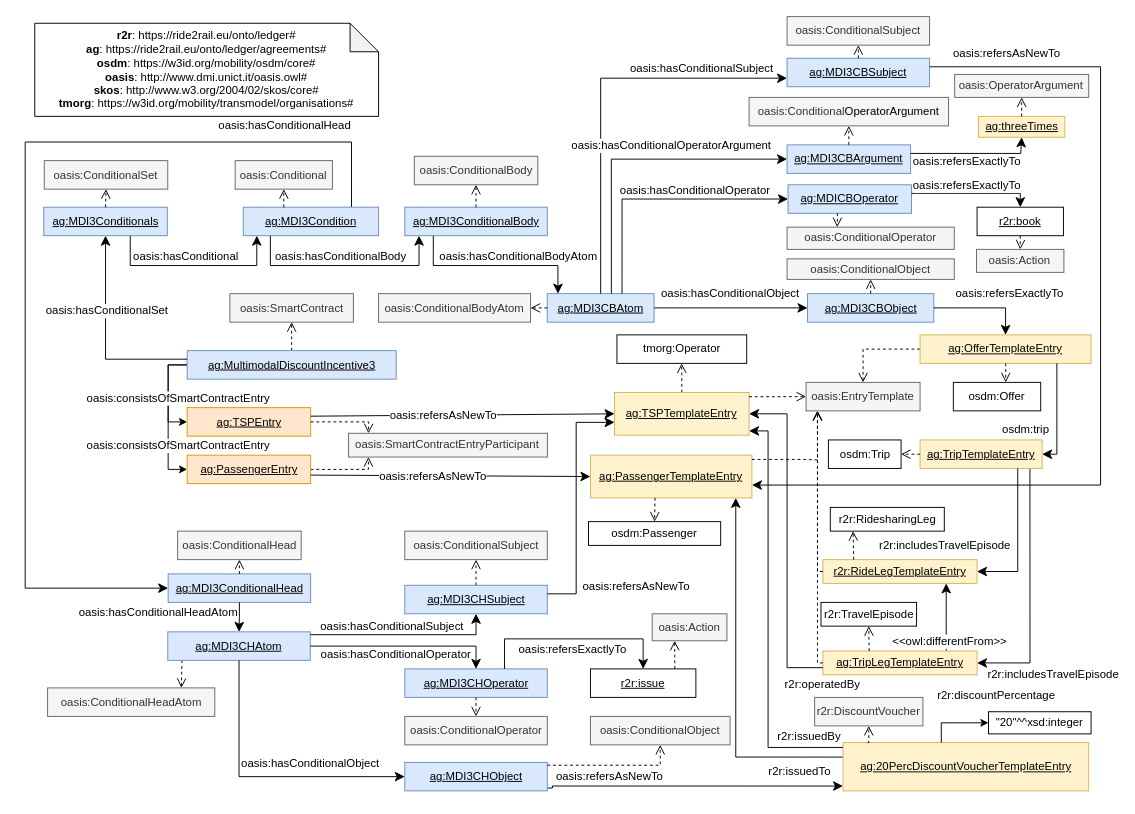
Before: agreements/mdi3-incentive.drawio.xml in Ride2Rail/agreement-ledger-ontology, a draw.io diagram. Source tidied: cells renumbered, new cells numbered last; positions are measured from the earlier drawing's top-left corner, leaving out a move shared by most shapes. Both pictures are drawn from the tidied source at 95%, with x=0, y=0 at pixel (25, 16).
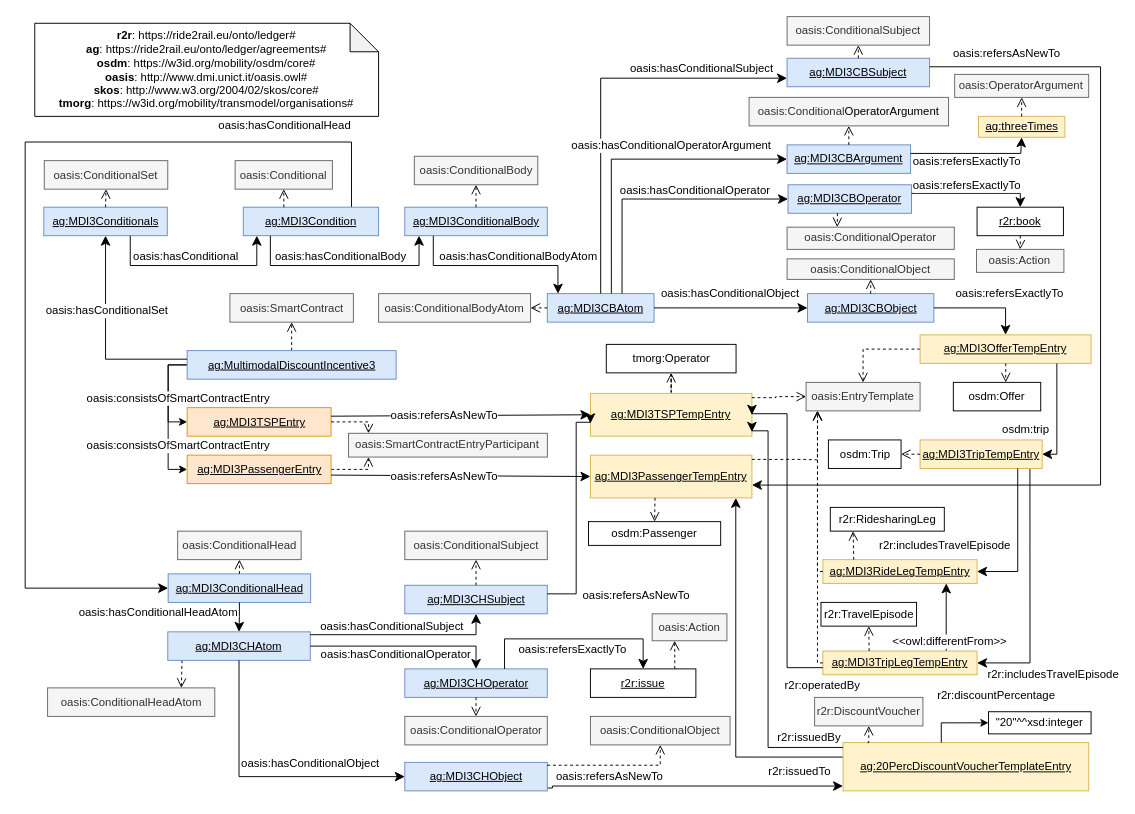
The same diagram, later.

Change to the diagram source:
```diff
@@
-    <mxCell id="12" value="&lt;u&gt;ag:TSPEntry&lt;/u&gt;" style="rounded=0;whiteSpace=wrap;html=1;snapToPoint=1;points=[[0.1,0],[0.2,0],[0.3,0],[0.4,0],[0.5,0],[0.6,0],[0.7,0],[0.8,0],[0.9,0],[0,0.1],[0,0.3],[0,0.5],[0,0.7],[0,0.9],[0.1,1],[0.2,1],[0.3,1],[0.4,1],[0.5,1],[0.6,1],[0.7,1],[0.8,1],[0.9,1],[1,0.1],[1,0.3],[1,0.5],[1,0.7],[1,0.9]];fillColor=#ffe6cc;strokeColor=#d79b00;" parent="1" vertex="1">
-      <mxGeometry x="170.5" y="411.6" width="130" height="30" as="geometry" />
+    <mxCell id="12" value="&lt;u&gt;ag:MDI3TSPEntry&lt;/u&gt;" style="rounded=0;whiteSpace=wrap;html=1;snapToPoint=1;points=[[0.1,0],[0.2,0],[0.3,0],[0.4,0],[0.5,0],[0.6,0],[0.7,0],[0.8,0],[0.9,0],[0,0.1],[0,0.3],[0,0.5],[0,0.7],[0,0.9],[0.1,1],[0.2,1],[0.3,1],[0.4,1],[0.5,1],[0.6,1],[0.7,1],[0.8,1],[0.9,1],[1,0.1],[1,0.3],[1,0.5],[1,0.7],[1,0.9]];fillColor=#ffe6cc;strokeColor=#d79b00;" parent="1" vertex="1">
+      <mxGeometry x="170.5" y="411.6" width="151.5" height="30" as="geometry" />
     </mxCell>
@@
-    <mxCell id="15" value="&lt;u&gt;ag:PassengerEntry&lt;/u&gt;" style="rounded=0;whiteSpace=wrap;html=1;snapToPoint=1;points=[[0.1,0],[0.2,0],[0.3,0],[0.4,0],[0.5,0],[0.6,0],[0.7,0],[0.8,0],[0.9,0],[0,0.1],[0,0.3],[0,0.5],[0,0.7],[0,0.9],[0.1,1],[0.2,1],[0.3,1],[0.4,1],[0.5,1],[0.6,1],[0.7,1],[0.8,1],[0.9,1],[1,0.1],[1,0.3],[1,0.5],[1,0.7],[1,0.9]];fillColor=#ffe6cc;strokeColor=#d79b00;" parent="1" vertex="1">
-      <mxGeometry x="170.5" y="461.6" width="130" height="30" as="geometry" />
+    <mxCell id="15" value="&lt;u&gt;ag:MDI3PassengerEntry&lt;/u&gt;" style="rounded=0;whiteSpace=wrap;html=1;snapToPoint=1;points=[[0.1,0],[0.2,0],[0.3,0],[0.4,0],[0.5,0],[0.6,0],[0.7,0],[0.8,0],[0.9,0],[0,0.1],[0,0.3],[0,0.5],[0,0.7],[0,0.9],[0.1,1],[0.2,1],[0.3,1],[0.4,1],[0.5,1],[0.6,1],[0.7,1],[0.8,1],[0.9,1],[1,0.1],[1,0.3],[1,0.5],[1,0.7],[1,0.9]];fillColor=#ffe6cc;strokeColor=#d79b00;" parent="1" vertex="1">
+      <mxGeometry x="170.5" y="461.6" width="151.5" height="30" as="geometry" />
     </mxCell>
@@
-    <mxCell id="17" value="&lt;u&gt;ag:TSPTemplateEntry&lt;/u&gt;" style="rounded=0;whiteSpace=wrap;html=1;snapToPoint=1;points=[[0.1,0],[0.2,0],[0.3,0],[0.4,0],[0.5,0],[0.6,0],[0.7,0],[0.8,0],[0.9,0],[0,0.1],[0,0.3],[0,0.5],[0,0.7],[0,0.9],[0.1,1],[0.2,1],[0.3,1],[0.4,1],[0.5,1],[0.6,1],[0.7,1],[0.8,1],[0.9,1],[1,0.1],[1,0.3],[1,0.5],[1,0.7],[1,0.9]];fillColor=#fff2cc;strokeColor=#d6b656;" parent="1" vertex="1">
-      <mxGeometry x="620.4" y="395.6" width="141.6" height="45" as="geometry" />
+    <mxCell id="17" value="&lt;u&gt;ag:MDI3TSPTempEntry&lt;/u&gt;" style="rounded=0;whiteSpace=wrap;html=1;snapToPoint=1;points=[[0.1,0],[0.2,0],[0.3,0],[0.4,0],[0.5,0],[0.6,0],[0.7,0],[0.8,0],[0.9,0],[0,0.1],[0,0.3],[0,0.5],[0,0.7],[0,0.9],[0.1,1],[0.2,1],[0.3,1],[0.4,1],[0.5,1],[0.6,1],[0.7,1],[0.8,1],[0.9,1],[1,0.1],[1,0.3],[1,0.5],[1,0.7],[1,0.9]];fillColor=#fff2cc;strokeColor=#d6b656;" parent="1" vertex="1">
+      <mxGeometry x="595" y="396.6" width="170" height="45" as="geometry" />
     </mxCell>
@@
-    <mxCell id="20" value="&lt;u&gt;ag:PassengerTemplateEntry&lt;/u&gt;" style="rounded=0;whiteSpace=wrap;html=1;snapToPoint=1;points=[[0.1,0],[0.2,0],[0.3,0],[0.4,0],[0.5,0],[0.6,0],[0.7,0],[0.8,0],[0.9,0],[0,0.1],[0,0.3],[0,0.5],[0,0.7],[0,0.9],[0.1,1],[0.2,1],[0.3,1],[0.4,1],[0.5,1],[0.6,1],[0.7,1],[0.8,1],[0.9,1],[1,0.1],[1,0.3],[1,0.5],[1,0.7],[1,0.9]];fillColor=#fff2cc;strokeColor=#d6b656;" parent="1" vertex="1">
+    <mxCell id="20" value="&lt;u&gt;ag:MDI3PassengerTempEntry&lt;/u&gt;" style="rounded=0;whiteSpace=wrap;html=1;snapToPoint=1;points=[[0.1,0],[0.2,0],[0.3,0],[0.4,0],[0.5,0],[0.6,0],[0.7,0],[0.8,0],[0.9,0],[0,0.1],[0,0.3],[0,0.5],[0,0.7],[0,0.9],[0.1,1],[0.2,1],[0.3,1],[0.4,1],[0.5,1],[0.6,1],[0.7,1],[0.8,1],[0.9,1],[1,0.1],[1,0.3],[1,0.5],[1,0.7],[1,0.9]];fillColor=#fff2cc;strokeColor=#d6b656;" parent="1" vertex="1">
       <mxGeometry x="595" y="461.6" width="170" height="45" as="geometry" />
     </mxCell>
@@
     <mxCell id="23" value="tmorg:Operator" style="rounded=0;whiteSpace=wrap;html=1;snapToPoint=1;points=[[0.1,0],[0.2,0],[0.3,0],[0.4,0],[0.5,0],[0.6,0],[0.7,0],[0.8,0],[0.9,0],[0,0.1],[0,0.3],[0,0.5],[0,0.7],[0,0.9],[0.1,1],[0.2,1],[0.3,1],[0.4,1],[0.5,1],[0.6,1],[0.7,1],[0.8,1],[0.9,1],[1,0.1],[1,0.3],[1,0.5],[1,0.7],[1,0.9]];" parent="1" vertex="1">
-      <mxGeometry x="622.9" y="335" width="136.6" height="30" as="geometry" />
+      <mxGeometry x="611.7" y="345" width="136.6" height="30" as="geometry" />
     </mxCell>
@@
-    <mxCell id="47" value="&lt;u&gt;ag:&lt;/u&gt;&lt;u&gt;MDICBOperator&lt;/u&gt;" style="rounded=0;whiteSpace=wrap;html=1;snapToPoint=1;points=[[0.1,0],[0.2,0],[0.3,0],[0.4,0],[0.5,0],[0.6,0],[0.7,0],[0.8,0],[0.9,0],[0,0.1],[0,0.3],[0,0.5],[0,0.7],[0,0.9],[0.1,1],[0.2,1],[0.3,1],[0.4,1],[0.5,1],[0.6,1],[0.7,1],[0.8,1],[0.9,1],[1,0.1],[1,0.3],[1,0.5],[1,0.7],[1,0.9]];fillColor=#dae8fc;strokeColor=#6c8ebf;" parent="1" vertex="1">
+    <mxCell id="47" value="&lt;u&gt;ag:&lt;/u&gt;&lt;u&gt;MDI3CBOperator&lt;/u&gt;" style="rounded=0;whiteSpace=wrap;html=1;snapToPoint=1;points=[[0.1,0],[0.2,0],[0.3,0],[0.4,0],[0.5,0],[0.6,0],[0.7,0],[0.8,0],[0.9,0],[0,0.1],[0,0.3],[0,0.5],[0,0.7],[0,0.9],[0.1,1],[0.2,1],[0.3,1],[0.4,1],[0.5,1],[0.6,1],[0.7,1],[0.8,1],[0.9,1],[1,0.1],[1,0.3],[1,0.5],[1,0.7],[1,0.9]];fillColor=#dae8fc;strokeColor=#6c8ebf;" parent="1" vertex="1">
       <mxGeometry x="803" y="177" width="130" height="30" as="geometry" />
     </mxCell>
@@
-    <mxCell id="57" value="&lt;u&gt;ag:OfferTemplateEntry&lt;/u&gt;" style="rounded=0;whiteSpace=wrap;html=1;snapToPoint=1;points=[[0.1,0],[0.2,0],[0.3,0],[0.4,0],[0.5,0],[0.6,0],[0.7,0],[0.8,0],[0.9,0],[0,0.1],[0,0.3],[0,0.5],[0,0.7],[0,0.9],[0.1,1],[0.2,1],[0.3,1],[0.4,1],[0.5,1],[0.6,1],[0.7,1],[0.8,1],[0.9,1],[1,0.1],[1,0.3],[1,0.5],[1,0.7],[1,0.9]];fillColor=#fff2cc;strokeColor=#d6b656;" parent="1" vertex="1">
+    <mxCell id="57" value="&lt;u&gt;ag:MDI3OfferTempEntry&lt;/u&gt;" style="rounded=0;whiteSpace=wrap;html=1;snapToPoint=1;points=[[0.1,0],[0.2,0],[0.3,0],[0.4,0],[0.5,0],[0.6,0],[0.7,0],[0.8,0],[0.9,0],[0,0.1],[0,0.3],[0,0.5],[0,0.7],[0,0.9],[0.1,1],[0.2,1],[0.3,1],[0.4,1],[0.5,1],[0.6,1],[0.7,1],[0.8,1],[0.9,1],[1,0.1],[1,0.3],[1,0.5],[1,0.7],[1,0.9]];fillColor=#fff2cc;strokeColor=#d6b656;" parent="1" vertex="1">
       <mxGeometry x="942" y="335" width="180" height="30" as="geometry" />
     </mxCell>
@@
-    <mxCell id="109" value="&lt;u&gt;ag:TripLegTemplateEntry&lt;/u&gt;" style="rounded=0;whiteSpace=wrap;html=1;snapToPoint=1;points=[[0.1,0],[0.2,0],[0.3,0],[0.4,0],[0.5,0],[0.6,0],[0.7,0],[0.8,0],[0.9,0],[0,0.1],[0,0.3],[0,0.5],[0,0.7],[0,0.9],[0.1,1],[0.2,1],[0.3,1],[0.4,1],[0.5,1],[0.6,1],[0.7,1],[0.8,1],[0.9,1],[1,0.1],[1,0.3],[1,0.5],[1,0.7],[1,0.9]];fillColor=#fff2cc;strokeColor=#d6b656;" parent="1" vertex="1">
+    <mxCell id="109" value="&lt;u&gt;ag:&lt;/u&gt;&lt;u&gt;MDI3&lt;/u&gt;&lt;u&gt;TripLegTempEntry&lt;/u&gt;" style="rounded=0;whiteSpace=wrap;html=1;snapToPoint=1;points=[[0.1,0],[0.2,0],[0.3,0],[0.4,0],[0.5,0],[0.6,0],[0.7,0],[0.8,0],[0.9,0],[0,0.1],[0,0.3],[0,0.5],[0,0.7],[0,0.9],[0.1,1],[0.2,1],[0.3,1],[0.4,1],[0.5,1],[0.6,1],[0.7,1],[0.8,1],[0.9,1],[1,0.1],[1,0.3],[1,0.5],[1,0.7],[1,0.9]];fillColor=#fff2cc;strokeColor=#d6b656;" parent="1" vertex="1">
       <mxGeometry x="839.7" y="667.8" width="162.3" height="25" as="geometry" />
     </mxCell>
@@
-    <mxCell id="112" value="&lt;u&gt;r2r:RideLegTemplateEntry&lt;/u&gt;" style="rounded=0;whiteSpace=wrap;html=1;snapToPoint=1;points=[[0.1,0],[0.2,0],[0.3,0],[0.4,0],[0.5,0],[0.6,0],[0.7,0],[0.8,0],[0.9,0],[0,0.1],[0,0.3],[0,0.5],[0,0.7],[0,0.9],[0.1,1],[0.2,1],[0.3,1],[0.4,1],[0.5,1],[0.6,1],[0.7,1],[0.8,1],[0.9,1],[1,0.1],[1,0.3],[1,0.5],[1,0.7],[1,0.9]];fillColor=#fff2cc;strokeColor=#d6b656;" parent="1" vertex="1">
+    <mxCell id="112" value="&lt;u&gt;ag:&lt;/u&gt;&lt;u&gt;MDI3&lt;/u&gt;&lt;u&gt;RideLegTempEntry&lt;/u&gt;" style="rounded=0;whiteSpace=wrap;html=1;snapToPoint=1;points=[[0.1,0],[0.2,0],[0.3,0],[0.4,0],[0.5,0],[0.6,0],[0.7,0],[0.8,0],[0.9,0],[0,0.1],[0,0.3],[0,0.5],[0,0.7],[0,0.9],[0.1,1],[0.2,1],[0.3,1],[0.4,1],[0.5,1],[0.6,1],[0.7,1],[0.8,1],[0.9,1],[1,0.1],[1,0.3],[1,0.5],[1,0.7],[1,0.9]];fillColor=#fff2cc;strokeColor=#d6b656;" parent="1" vertex="1">
       <mxGeometry x="839.7" y="571.6" width="162.3" height="25" as="geometry" />
     </mxCell>
@@
-    <mxCell id="140" value="&lt;u&gt;ag:TripTemplateEntry&lt;/u&gt;" style="rounded=0;whiteSpace=wrap;html=1;snapToPoint=1;points=[[0.1,0],[0.2,0],[0.3,0],[0.4,0],[0.5,0],[0.6,0],[0.7,0],[0.8,0],[0.9,0],[0,0.1],[0,0.3],[0,0.5],[0,0.7],[0,0.9],[0.1,1],[0.2,1],[0.3,1],[0.4,1],[0.5,1],[0.6,1],[0.7,1],[0.8,1],[0.9,1],[1,0.1],[1,0.3],[1,0.5],[1,0.7],[1,0.9]];fillColor=#fff2cc;strokeColor=#d6b656;" parent="1" vertex="1">
+    <mxCell id="140" value="&lt;u&gt;ag:MDI3TripTempEntry&lt;/u&gt;" style="rounded=0;whiteSpace=wrap;html=1;snapToPoint=1;points=[[0.1,0],[0.2,0],[0.3,0],[0.4,0],[0.5,0],[0.6,0],[0.7,0],[0.8,0],[0.9,0],[0,0.1],[0,0.3],[0,0.5],[0,0.7],[0,0.9],[0.1,1],[0.2,1],[0.3,1],[0.4,1],[0.5,1],[0.6,1],[0.7,1],[0.8,1],[0.9,1],[1,0.1],[1,0.3],[1,0.5],[1,0.7],[1,0.9]];fillColor=#fff2cc;strokeColor=#d6b656;" parent="1" vertex="1">
       <mxGeometry x="942" y="445.6" width="128.5" height="30" as="geometry" />
     </mxCell>
```
